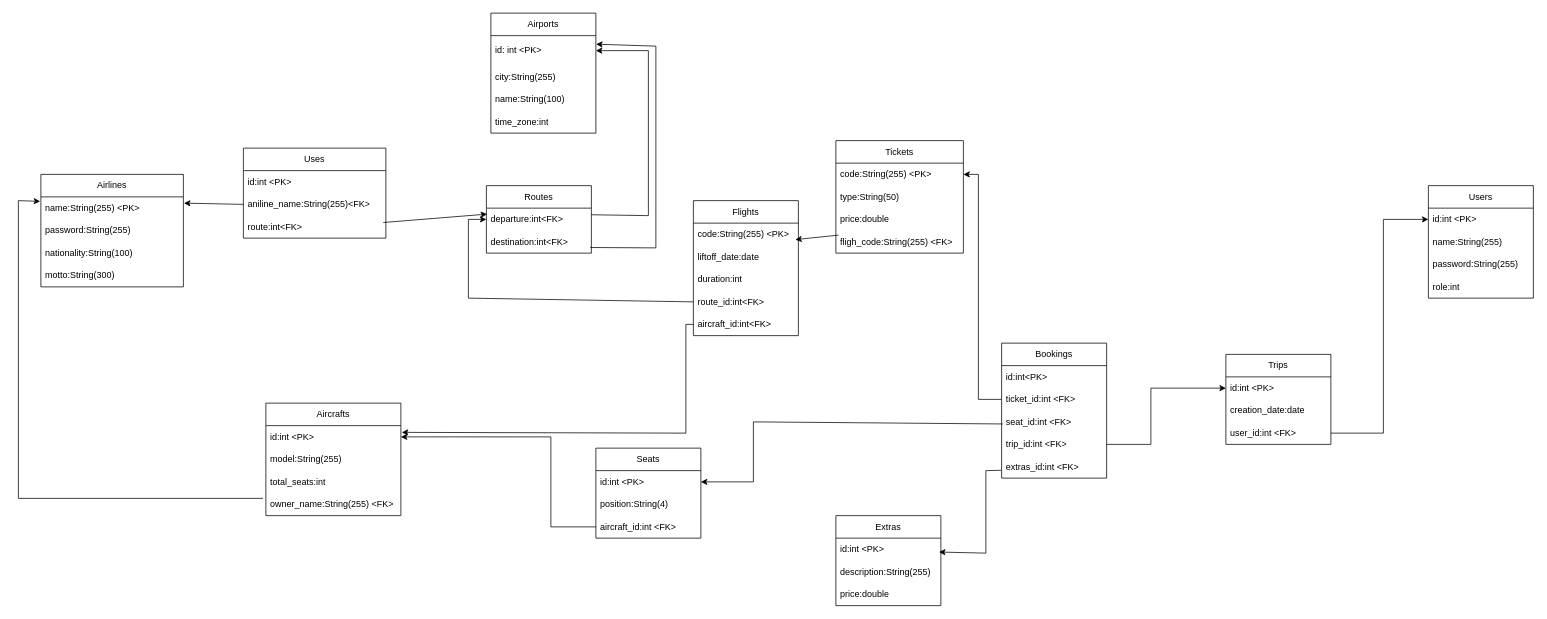
Earlier version of the draw.io diagram backend/dbd/TAWdb.drawio (CunioloRaffaele/TAW). Source tidied: cells renumbered, new cells numbered last; positions are measured from the earlier drawing's top-left corner, leaving out a move shared by most shapes. Both pictures are drawn from the tidied source at 75%, with x=0, y=0 at pixel (18, 13).
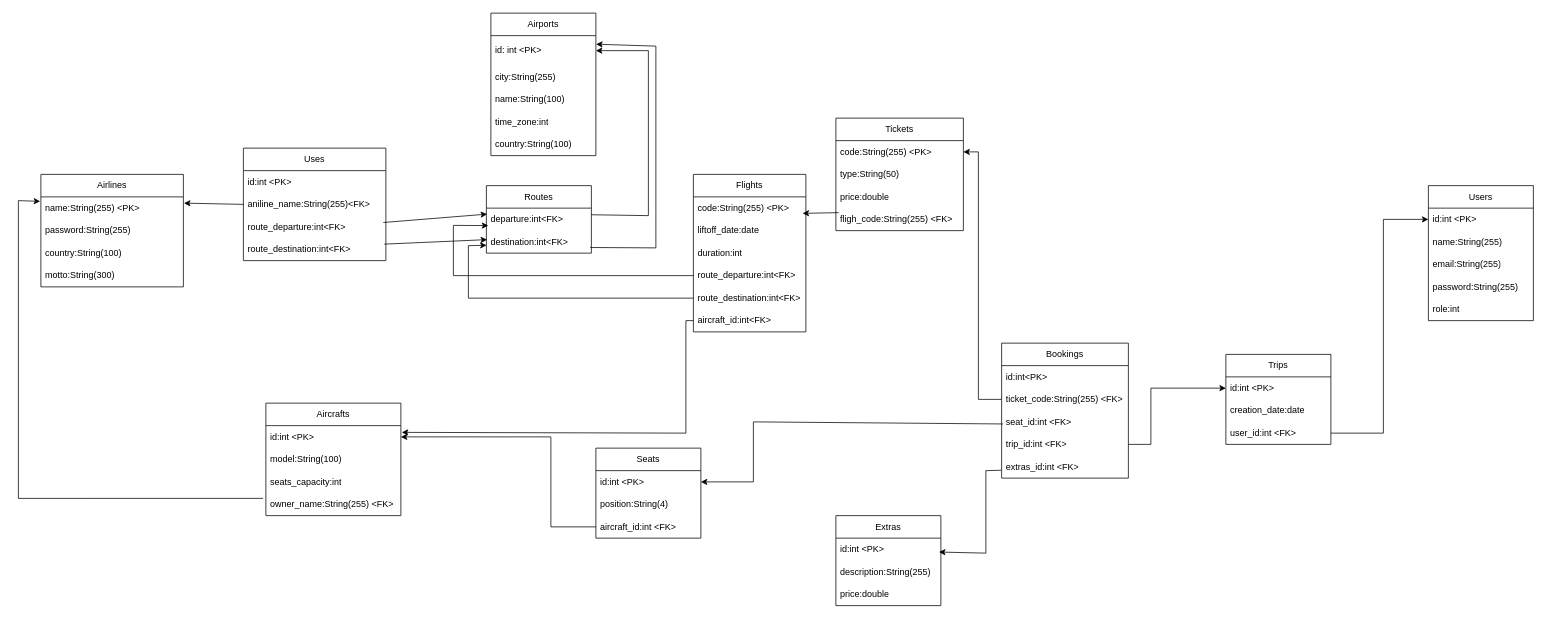
The same page after the edit.

Commit message (it also covers changes not shown here):
progess with db schema and first load of its dump

Unchanged cells that the change refers to:
```xml
<mxCell id="2" value="Airlines" style="swimlane;fontStyle=0;horizontal=1;startSize=30;whiteSpace=wrap;html=1;" parent="1" vertex="1">
  <mxGeometry x="30" y="215" width="190" height="150" as="geometry" />
</mxCell>
<mxCell id="8" value="departure:int&amp;lt;FK&amp;gt;" style="text;strokeColor=none;fillColor=none;align=left;verticalAlign=middle;spacingLeft=4;spacingRight=4;overflow=hidden;points=[[0,0.5],[1,0.5]];portConstraint=eastwest;whiteSpace=wrap;html=1;" parent="7" vertex="1">
  <mxGeometry y="30" width="140" height="30" as="geometry" />
</mxCell>
<mxCell id="9" value="destination:int&amp;lt;FK&amp;gt;" style="text;strokeColor=none;fillColor=none;align=left;verticalAlign=middle;spacingLeft=4;spacingRight=4;overflow=hidden;points=[[0,0.5],[1,0.5]];portConstraint=eastwest;whiteSpace=wrap;html=1;" parent="7" vertex="1">
  <mxGeometry y="60" width="140" height="30" as="geometry" />
</mxCell>
<mxCell id="16" value="code:String(255) &amp;lt;PK&amp;gt;" style="text;strokeColor=none;fillColor=none;align=left;verticalAlign=middle;spacingLeft=4;spacingRight=4;overflow=hidden;points=[[0,0.5],[1,0.5]];portConstraint=eastwest;whiteSpace=wrap;html=1;" parent="15" vertex="1">
  <mxGeometry y="30" width="170" height="30" as="geometry" />
</mxCell>
<mxCell id="43" value="Aircrafts" style="swimlane;fontStyle=0;horizontal=1;startSize=30;whiteSpace=wrap;html=1;" parent="1" vertex="1">
  <mxGeometry x="330" y="520" width="180" height="150" as="geometry" />
</mxCell>
<mxCell id="44" value="id:int &amp;lt;PK&amp;gt;" style="text;strokeColor=none;fillColor=none;align=left;verticalAlign=middle;spacingLeft=4;spacingRight=4;overflow=hidden;points=[[0,0.5],[1,0.5]];portConstraint=eastwest;whiteSpace=wrap;html=1;" parent="43" vertex="1">
  <mxGeometry y="30" width="180" height="30" as="geometry" />
</mxCell>
```

The edit, as a diff of the source:
```diff
@@
-    <mxCell id="5" value="nationality:String(100)" style="text;strokeColor=none;fillColor=none;align=left;verticalAlign=middle;spacingLeft=4;spacingRight=4;overflow=hidden;whiteSpace=wrap;html=1;" parent="2" vertex="1">
+    <mxCell id="5" value="country:String(100)" style="text;strokeColor=none;fillColor=none;align=left;verticalAlign=middle;spacingLeft=4;spacingRight=4;overflow=hidden;whiteSpace=wrap;html=1;" parent="2" vertex="1">
       <mxGeometry y="90" width="190" height="30" as="geometry" />
     </mxCell>
@@
     <mxCell id="10" value="Users" style="swimlane;fontStyle=0;horizontal=1;startSize=30;whiteSpace=wrap;html=1;" parent="1" vertex="1">
-      <mxGeometry x="1880" y="230" width="140" height="150" as="geometry" />
+      <mxGeometry x="1880" y="230" width="140" height="180" as="geometry" />
     </mxCell>
@@
+    <mxCell id="72" value="email:String(255)" style="text;strokeColor=none;fillColor=none;align=left;verticalAlign=middle;spacingLeft=4;spacingRight=4;overflow=hidden;whiteSpace=wrap;html=1;" parent="10" vertex="1">
+      <mxGeometry y="90" width="140" height="30" as="geometry" />
+    </mxCell>
     <mxCell id="13" value="password:String(255)" style="text;strokeColor=none;fillColor=none;align=left;verticalAlign=middle;spacingLeft=4;spacingRight=4;overflow=hidden;whiteSpace=wrap;html=1;" parent="10" vertex="1">
-      <mxGeometry y="90" width="140" height="30" as="geometry" />
+      <mxGeometry y="120" width="140" height="30" as="geometry" />
     </mxCell>
     <mxCell id="14" value="role:int" style="text;strokeColor=none;fillColor=none;align=left;verticalAlign=middle;spacingLeft=4;spacingRight=4;overflow=hidden;whiteSpace=wrap;html=1;" parent="10" vertex="1">
-      <mxGeometry y="120" width="140" height="30" as="geometry" />
+      <mxGeometry y="150" width="140" height="30" as="geometry" />
     </mxCell>
     <mxCell id="15" value="Tickets" style="swimlane;fontStyle=0;horizontal=1;startSize=30;whiteSpace=wrap;html=1;" parent="1" vertex="1">
-      <mxGeometry x="1090" y="170" width="170" height="150" as="geometry" />
+      <mxGeometry x="1090" y="140" width="170" height="150" as="geometry" />
     </mxCell>
@@
     <mxCell id="20" value="Airports" style="swimlane;fontStyle=0;horizontal=1;startSize=30;whiteSpace=wrap;html=1;" parent="1" vertex="1">
-      <mxGeometry x="630" width="140" height="160" as="geometry" />
+      <mxGeometry x="630" width="140" height="190" as="geometry" />
     </mxCell>
@@
+    <mxCell id="73" value="country:String(100)" style="text;strokeColor=none;fillColor=none;align=left;verticalAlign=middle;spacingLeft=4;spacingRight=4;overflow=hidden;whiteSpace=wrap;html=1;" parent="20" vertex="1">
+      <mxGeometry y="160" width="140" height="30" as="geometry" />
+    </mxCell>
     <mxCell id="25" value="Flights" style="swimlane;fontStyle=0;horizontal=1;startSize=30;whiteSpace=wrap;html=1;" parent="1" vertex="1">
-      <mxGeometry x="900" y="250" width="140" height="180" as="geometry" />
+      <mxGeometry x="900" y="215" width="150" height="210" as="geometry" />
     </mxCell>
     <mxCell id="26" value="code:String(255) &amp;lt;PK&amp;gt;" style="text;strokeColor=none;fillColor=none;align=left;verticalAlign=middle;spacingLeft=4;spacingRight=4;overflow=hidden;points=[[0,0.5],[1,0.5]];portConstraint=eastwest;whiteSpace=wrap;html=1;" parent="25" vertex="1">
-      <mxGeometry y="30" width="140" height="30" as="geometry" />
+      <mxGeometry y="30" width="150" height="30" as="geometry" />
     </mxCell>
     <mxCell id="27" value="liftoff_date:date" style="text;strokeColor=none;fillColor=none;align=left;verticalAlign=middle;spacingLeft=4;spacingRight=4;overflow=hidden;whiteSpace=wrap;html=1;" parent="25" vertex="1">
-      <mxGeometry y="60" width="140" height="30" as="geometry" />
+      <mxGeometry y="60" width="150" height="30" as="geometry" />
     </mxCell>
     <mxCell id="28" value="duration:int" style="text;strokeColor=none;fillColor=none;align=left;verticalAlign=middle;spacingLeft=4;spacingRight=4;overflow=hidden;whiteSpace=wrap;html=1;" parent="25" vertex="1">
-      <mxGeometry y="90" width="140" height="30" as="geometry" />
+      <mxGeometry y="90" width="150" height="30" as="geometry" />
     </mxCell>
+    <mxCell id="74" value="route_departure:int&amp;lt;FK&amp;gt;" style="text;strokeColor=none;fillColor=none;align=left;verticalAlign=middle;spacingLeft=4;spacingRight=4;overflow=hidden;points=[[0,0.5],[1,0.5]];portConstraint=eastwest;whiteSpace=wrap;html=1;" parent="25" vertex="1">
+      <mxGeometry y="120" width="150" height="30" as="geometry" />
+    </mxCell>
-    <mxCell id="29" value="route_id:int&amp;lt;FK&amp;gt;" style="text;strokeColor=none;fillColor=none;align=left;verticalAlign=middle;spacingLeft=4;spacingRight=4;overflow=hidden;points=[[0,0.5],[1,0.5]];portConstraint=eastwest;whiteSpace=wrap;html=1;" parent="25" vertex="1">
-      <mxGeometry y="120" width="140" height="30" as="geometry" />
+    <mxCell id="29" value="route_destination:int&amp;lt;FK&amp;gt;" style="text;strokeColor=none;fillColor=none;align=left;verticalAlign=middle;spacingLeft=4;spacingRight=4;overflow=hidden;points=[[0,0.5],[1,0.5]];portConstraint=eastwest;whiteSpace=wrap;html=1;" parent="25" vertex="1">
+      <mxGeometry y="150" width="150" height="30" as="geometry" />
     </mxCell>
     <mxCell id="30" value="aircraft_id:int&amp;lt;FK&amp;gt;" style="text;strokeColor=none;fillColor=none;align=left;verticalAlign=middle;spacingLeft=4;spacingRight=4;overflow=hidden;points=[[0,0.5],[1,0.5]];portConstraint=eastwest;whiteSpace=wrap;html=1;" parent="25" vertex="1">
-      <mxGeometry y="150" width="140" height="30" as="geometry" />
+      <mxGeometry y="180" width="150" height="30" as="geometry" />
     </mxCell>
@@
-    <mxCell id="45" value="model:String(255)" style="text;strokeColor=none;fillColor=none;align=left;verticalAlign=middle;spacingLeft=4;spacingRight=4;overflow=hidden;whiteSpace=wrap;html=1;" parent="43" vertex="1">
+    <mxCell id="45" value="model:String(100)" style="text;strokeColor=none;fillColor=none;align=left;verticalAlign=middle;spacingLeft=4;spacingRight=4;overflow=hidden;whiteSpace=wrap;html=1;" parent="43" vertex="1">
       <mxGeometry y="60" width="180" height="30" as="geometry" />
     </mxCell>
-    <mxCell id="46" value="total_seats:int" style="text;strokeColor=none;fillColor=none;align=left;verticalAlign=middle;spacingLeft=4;spacingRight=4;overflow=hidden;whiteSpace=wrap;html=1;" parent="43" vertex="1">
+    <mxCell id="46" value="seats_capacity:int" style="text;strokeColor=none;fillColor=none;align=left;verticalAlign=middle;spacingLeft=4;spacingRight=4;overflow=hidden;whiteSpace=wrap;html=1;" parent="43" vertex="1">
       <mxGeometry y="90" width="180" height="30" as="geometry" />
     </mxCell>
@@
     <mxCell id="52" style="endArrow=classic;html=1;rounded=0;exitX=0;exitY=0.5;exitDx=0;exitDy=0;entryX=1.007;entryY=0.3;entryDx=0;entryDy=0;entryPerimeter=0;" parent="1" edge="1" source="30" target="44">
       <mxGeometry relative="1" as="geometry">
         <Array as="points">
-          <mxPoint x="890" y="415" />
+          <mxPoint x="890" y="410" />
           <mxPoint x="890" y="560" />
         </Array>
       </mxGeometry>
     </mxCell>
-    <mxCell id="53" style="endArrow=classic;html=1;rounded=0;exitX=0;exitY=0.5;exitDx=0;exitDy=0;entryX=0;entryY=0.5;entryDx=0;entryDy=0;" parent="1" edge="1" source="29">
+    <mxCell id="53" style="endArrow=classic;html=1;rounded=0;exitX=0;exitY=0.5;exitDx=0;exitDy=0;entryX=0.002;entryY=0.652;entryDx=0;entryDy=0;entryPerimeter=0;" parent="1" edge="1" source="29" target="9">
       <mxGeometry relative="1" as="geometry">
-        <mxPoint x="624" y="275" as="targetPoint" />
         <Array as="points">
           <mxPoint x="600" y="380" />
-          <mxPoint x="600" y="275" />
+          <mxPoint x="600" y="310" />
         </Array>
       </mxGeometry>
     </mxCell>
     <mxCell id="54" value="Uses" style="swimlane;fontStyle=0;horizontal=1;startSize=30;whiteSpace=wrap;html=1;" parent="1" vertex="1">
-      <mxGeometry x="300" y="180" width="190" height="120" as="geometry" />
+      <mxGeometry x="300" y="180" width="190" height="150" as="geometry" />
     </mxCell>
@@
-    <mxCell id="57" value="route:int&amp;lt;FK&amp;gt;" style="text;strokeColor=none;fillColor=none;align=left;verticalAlign=middle;spacingLeft=4;spacingRight=4;overflow=hidden;points=[[0,0.5],[1,0.5]];portConstraint=eastwest;whiteSpace=wrap;html=1;" parent="54" vertex="1">
+    <mxCell id="57" value="route_departure:int&amp;lt;FK&amp;gt;" style="text;strokeColor=none;fillColor=none;align=left;verticalAlign=middle;spacingLeft=4;spacingRight=4;overflow=hidden;points=[[0,0.5],[1,0.5]];portConstraint=eastwest;whiteSpace=wrap;html=1;" parent="54" vertex="1">
       <mxGeometry y="90" width="190" height="30" as="geometry" />
     </mxCell>
+    <mxCell id="75" value="route_destination:int&amp;lt;FK&amp;gt;" style="text;strokeColor=none;fillColor=none;align=left;verticalAlign=middle;spacingLeft=4;spacingRight=4;overflow=hidden;points=[[0,0.5],[1,0.5]];portConstraint=eastwest;whiteSpace=wrap;html=1;" parent="54" vertex="1">
+      <mxGeometry y="120" width="190" height="30" as="geometry" />
+    </mxCell>
@@
     <mxCell id="61" value="Bookings" style="swimlane;fontStyle=0;horizontal=1;startSize=30;whiteSpace=wrap;html=1;" parent="1" vertex="1">
-      <mxGeometry x="1311" y="440" width="140" height="180" as="geometry" />
+      <mxGeometry x="1311" y="440" width="169" height="180" as="geometry" />
     </mxCell>
     <mxCell id="62" value="id:int&amp;lt;PK&amp;gt;" style="text;strokeColor=none;fillColor=none;align=left;verticalAlign=middle;spacingLeft=4;spacingRight=4;overflow=hidden;whiteSpace=wrap;html=1;" parent="61" vertex="1">
-      <mxGeometry y="30" width="140" height="30" as="geometry" />
+      <mxGeometry y="30" width="169" height="30" as="geometry" />
     </mxCell>
-    <mxCell id="63" value="ticket_id:int &amp;lt;FK&amp;gt;" style="text;strokeColor=none;fillColor=none;align=left;verticalAlign=middle;spacingLeft=4;spacingRight=4;overflow=hidden;points=[[0,0.5],[1,0.5]];portConstraint=eastwest;whiteSpace=wrap;html=1;" parent="61" vertex="1">
-      <mxGeometry y="60" width="140" height="30" as="geometry" />
+    <mxCell id="63" value="ticket_code:String(255) &amp;lt;FK&amp;gt;" style="text;strokeColor=none;fillColor=none;align=left;verticalAlign=middle;spacingLeft=4;spacingRight=4;overflow=hidden;points=[[0,0.5],[1,0.5]];portConstraint=eastwest;whiteSpace=wrap;html=1;" parent="61" vertex="1">
+      <mxGeometry y="60" width="169" height="30" as="geometry" />
     </mxCell>
     <mxCell id="64" value="seat_id:int &amp;lt;FK&amp;gt;" style="text;strokeColor=none;fillColor=none;align=left;verticalAlign=middle;spacingLeft=4;spacingRight=4;overflow=hidden;points=[[0,0.5],[1,0.5]];portConstraint=eastwest;whiteSpace=wrap;html=1;" parent="61" vertex="1">
-      <mxGeometry y="90" width="140" height="30" as="geometry" />
+      <mxGeometry y="90" width="169" height="30" as="geometry" />
     </mxCell>
     <mxCell id="65" value="trip_id:int &amp;lt;FK&amp;gt;" style="text;strokeColor=none;fillColor=none;align=left;verticalAlign=middle;spacingLeft=4;spacingRight=4;overflow=hidden;points=[[0,0.5],[1,0.5]];portConstraint=eastwest;whiteSpace=wrap;html=1;" parent="61" vertex="1">
-      <mxGeometry y="120" width="140" height="30" as="geometry" />
+      <mxGeometry y="120" width="169" height="30" as="geometry" />
     </mxCell>
     <mxCell id="66" value="extras_id:int &amp;lt;FK&amp;gt;" style="text;strokeColor=none;fillColor=none;align=left;verticalAlign=middle;spacingLeft=4;spacingRight=4;overflow=hidden;points=[[0,0.5],[1,0.5]];portConstraint=eastwest;whiteSpace=wrap;html=1;" parent="61" vertex="1">
-      <mxGeometry y="150" width="140" height="30" as="geometry" />
+      <mxGeometry y="150" width="169" height="30" as="geometry" />
     </mxCell>
@@
     <mxCell id="68" style="endArrow=classic;html=1;rounded=0;exitX=0;exitY=0.5;exitDx=0;exitDy=0;entryX=1;entryY=0.5;entryDx=0;entryDy=0;" parent="1" edge="1" source="63" target="16">
       <mxGeometry relative="1" as="geometry">
         <Array as="points">
           <mxPoint x="1280" y="515" />
-          <mxPoint x="1280" y="215" />
+          <mxPoint x="1280" y="185" />
         </Array>
       </mxGeometry>
     </mxCell>
@@
+    <mxCell id="76" style="endArrow=classic;html=1;rounded=0;exitX=0.989;exitY=0.267;exitDx=0;exitDy=0;exitPerimeter=0;entryX=0.007;entryY=0.4;entryDx=0;entryDy=0;entryPerimeter=0;" parent="1" edge="1" source="75" target="9">
+      <mxGeometry relative="1" as="geometry" />
+    </mxCell>
+    <mxCell id="77" style="endArrow=classic;html=1;rounded=0;entryX=0.018;entryY=0.776;entryDx=0;entryDy=0;entryPerimeter=0;" parent="1" edge="1" source="74" target="8">
+      <mxGeometry relative="1" as="geometry">
+        <Array as="points">
+          <mxPoint x="580" y="350" />
+          <mxPoint x="580" y="283" />
+        </Array>
+      </mxGeometry>
+    </mxCell>
```
